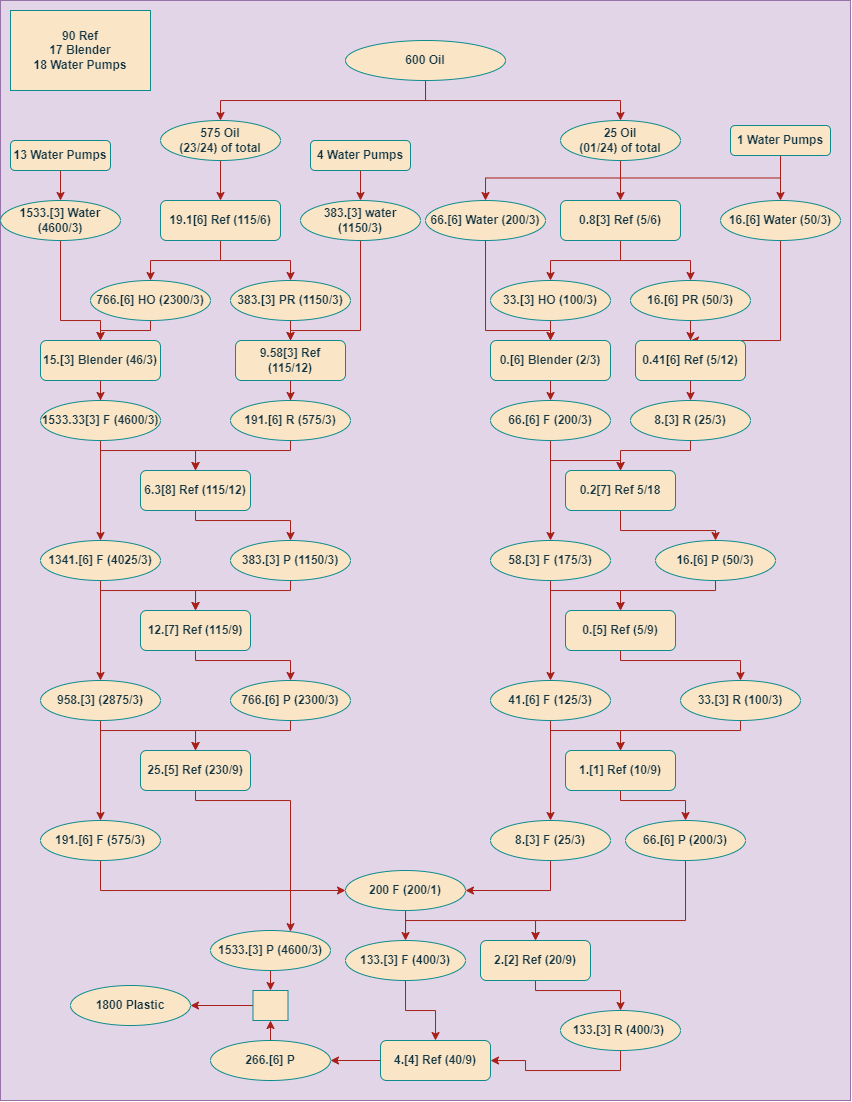
The draw.io diagram 600OilTo1800Plastic.drawio.png in nlarsen31/Factories, before a commit. Source tidied: cells renumbered, new cells last; positions are measured from the earlier drawing's top-left corner, leaving out a move shared by most shapes.
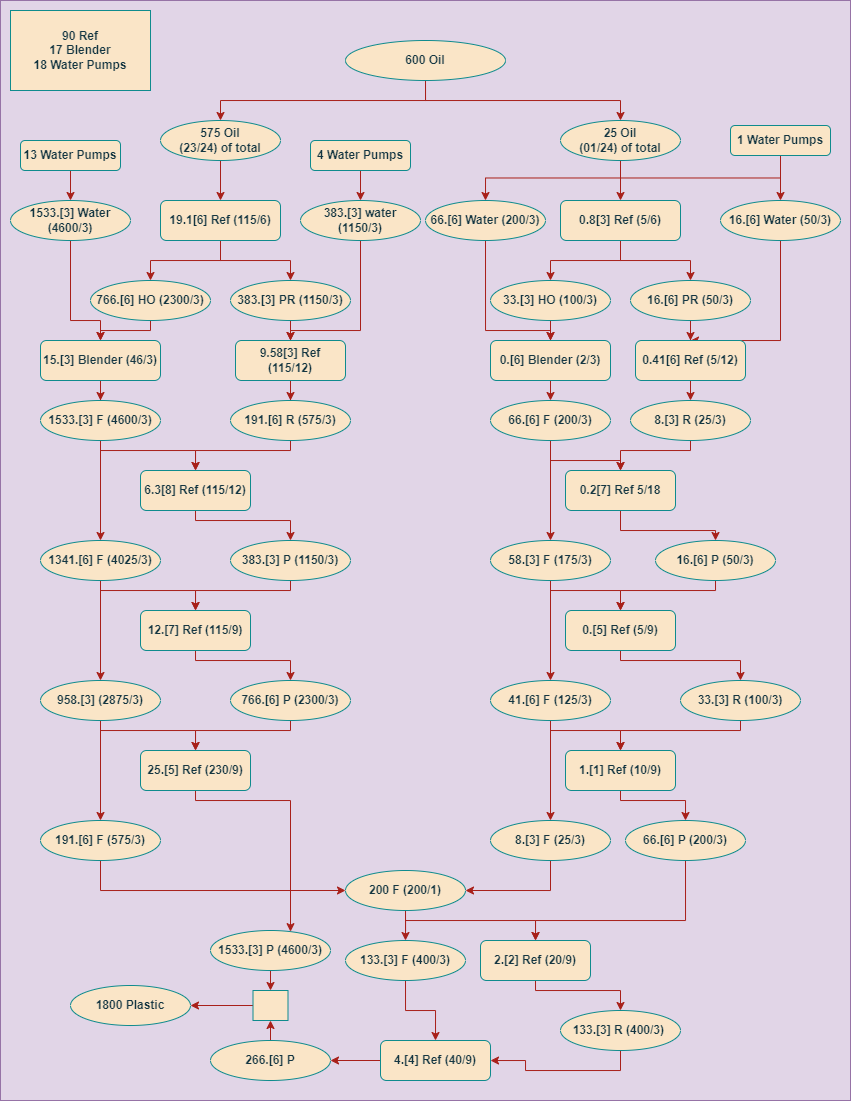
Later version of the same file.

The edit, as a diff of the source:
```diff
@@ -82,13 +82,13 @@
     <mxCell id="26" style="edgeStyle=orthogonalEdgeStyle;rounded=0;jettySize=auto;html=1;exitX=0.5;exitY=1;exitDx=0;exitDy=0;entryX=0.5;entryY=0;entryDx=0;entryDy=0;strokeColor=#A8201A;fontColor=#143642;fillColor=#FAE5C7;" parent="1" edge="1" source="27" target="25">
       <mxGeometry relative="1" as="geometry">
         <Array as="points">
-          <mxPoint x="60" y="320" />
+          <mxPoint x="70" y="320" />
           <mxPoint x="100" y="320" />
         </Array>
       </mxGeometry>
     </mxCell>
     <mxCell id="27" value="1533.[3] Water&lt;br&gt;(4600/3)" style="ellipse;whiteSpace=wrap;html=1;strokeColor=#0F8B8D;fontColor=#143642;fillColor=#FAE5C7;fontStyle=1;" parent="1" vertex="1">
-      <mxGeometry y="200" width="120" height="40" as="geometry" />
+      <mxGeometry x="10" y="200" width="120" height="40" as="geometry" />
     </mxCell>
     <mxCell id="28" style="edgeStyle=orthogonalEdgeStyle;rounded=0;jettySize=auto;html=1;exitX=0.5;exitY=1;exitDx=0;exitDy=0;strokeColor=#A8201A;fontColor=#143642;fillColor=#FAE5C7;fontStyle=1;" parent="1" edge="1" source="29" target="44">
       <mxGeometry relative="1" as="geometry" />
@@ -152,7 +152,7 @@
     <mxCell id="41" style="edgeStyle=orthogonalEdgeStyle;rounded=0;jettySize=auto;html=1;exitX=0.5;exitY=1;exitDx=0;exitDy=0;entryX=0.5;entryY=0;entryDx=0;entryDy=0;strokeColor=#A8201A;fontColor=#143642;fillColor=#FAE5C7;" parent="1" edge="1" source="42" target="56">
       <mxGeometry relative="1" as="geometry" />
     </mxCell>
-    <mxCell id="42" value="1533.33[3] F (4600/3)" style="ellipse;whiteSpace=wrap;html=1;strokeColor=#0F8B8D;fontColor=#143642;fillColor=#FAE5C7;fontStyle=1;" parent="1" vertex="1">
+    <mxCell id="42" value="1533.[3] F (4600/3)" style="ellipse;whiteSpace=wrap;html=1;strokeColor=#0F8B8D;fontColor=#143642;fillColor=#FAE5C7;fontStyle=1;" parent="1" vertex="1">
       <mxGeometry x="40" y="400" width="120" height="40" as="geometry" />
     </mxCell>
     <mxCell id="43" style="edgeStyle=orthogonalEdgeStyle;rounded=0;jettySize=auto;html=1;exitX=0.5;exitY=1;exitDx=0;exitDy=0;entryX=0.5;entryY=0;entryDx=0;entryDy=0;strokeColor=#A8201A;fontColor=#143642;fillColor=#FAE5C7;" parent="1" edge="1" source="44" target="51">
@@ -446,7 +446,7 @@
       <mxGeometry relative="1" as="geometry" />
     </mxCell>
     <mxCell id="108" value="13 Water Pumps" style="rounded=1;whiteSpace=wrap;html=1;strokeColor=#0F8B8D;fontColor=#143642;fillColor=#FAE5C7;fontStyle=1;" parent="1" vertex="1">
-      <mxGeometry x="10" y="140" width="100" height="30" as="geometry" />
+      <mxGeometry x="20" y="140" width="100" height="30" as="geometry" />
     </mxCell>
     <mxCell id="109" style="edgeStyle=orthogonalEdgeStyle;rounded=0;jettySize=auto;html=1;exitX=0.5;exitY=1;exitDx=0;exitDy=0;strokeColor=#A8201A;fontColor=#143642;fillColor=#FAE5C7;" parent="1" edge="1" source="110" target="31">
       <mxGeometry relative="1" as="geometry" />
```
